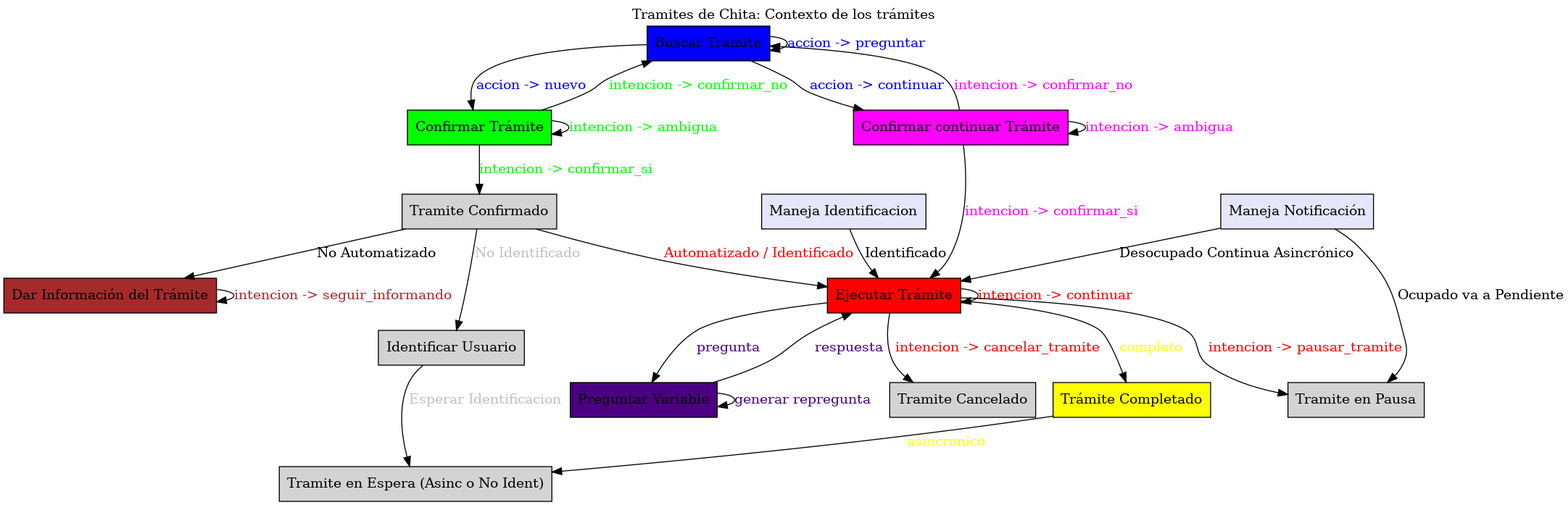
Earlier version of the Graphviz export fasesllm.png (vaucheret/cheetha). Its source is kept beside it as fasesllm.dot.
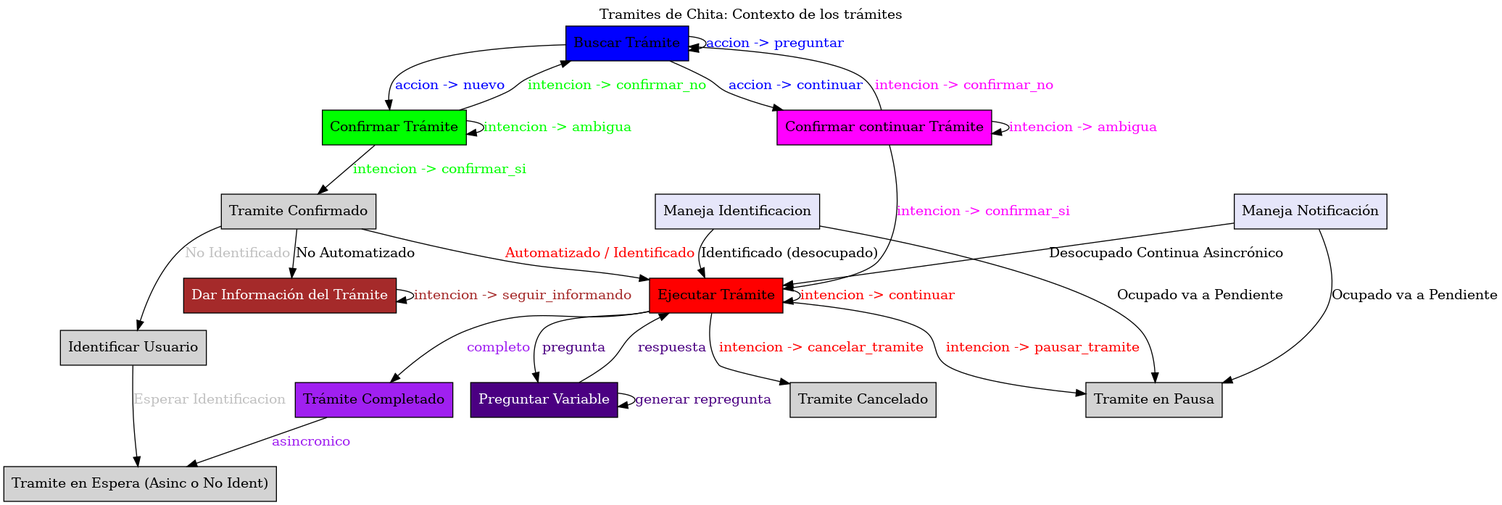
After the change.

Diff of the diagram source:
```diff
@@ -9,9 +9,9 @@
     confirmar_continuar_tramite [label="Confirmar continuar Trámite" shape=box fillcolor=magenta];
     confirmar_tramite [label="Confirmar Trámite" shape=box fillcolor=green];
     ejecutar_tramite [label="Ejecutar Trámite" shape=box fillcolor=red];
-    informar_tramite [label="Dar Información del Trámite" shape=box fillcolor=brown];
-    tramite_completado [label="Trámite Completado" shape=box fillcolor=yellow ];
-    preguntar_variable [label="Preguntar Variable" shape=box fillcolor=indigo];
+    informar_tramite [label="Dar Información del Trámite" shape=box fillcolor=brown,fontcolor=white];
+    tramite_completado [label="Trámite Completado" shape=box fillcolor=purple ];
+    preguntar_variable [label="Preguntar Variable" shape=box fillcolor=indigo,fontcolor=white];
     tramite_confirmado [label="Tramite Confirmado" shape=box];
     identificar_usuario [label="Identificar Usuario" shape=box];
     en_pausa [label="Tramite en Pausa" shape=box ];
@@ -43,16 +43,15 @@
     ejecutar_tramite -> en_pausa [label="intencion -> pausar_tramite" fontcolor=red];
     ejecutar_tramite -> cancelado [label="intencion -> cancelar_tramite" fontcolor=red];
     ejecutar_tramite -> ejecutar_tramite [label="intencion -> continuar" fontcolor=red];
-    ejecutar_tramite -> tramite_completado [label="completo" fontcolor=yellow];
+    ejecutar_tramite -> tramite_completado [label="completo" fontcolor=purple];
     ejecutar_tramite -> preguntar_variable [label="pregunta" fontcolor=indigo ];
     preguntar_variable -> preguntar_variable [label="generar repregunta" fontcolor=indigo];
     preguntar_variable -> ejecutar_tramite [label="respuesta" fontcolor=indigo];
 
-    tramite_completado -> en_espera [label="asincronico" fontcolor=yellow] ;
+    tramite_completado -> en_espera [label="asincronico" fontcolor=purple] ;
 
-    handler_identificacion -> ejecutar_tramite [label="Identificado" fontcolor=black] ;
+    handler_identificacion -> ejecutar_tramite [label="Identificado (desocupado)" fontcolor=black] ;
+    handler_identificacion -> en_pausa [label="Ocupado va a Pendiente" fontcolor=black];
     handler_notificacion -> ejecutar_tramite [label="Desocupado Continua Asincrónico" fontcolor=black];
-        handler_notificacion -> en_pausa [label="Ocupado va a Pendiente" fontcolor=black];
-
-
+    handler_notificacion -> en_pausa [label="Ocupado va a Pendiente" fontcolor=black];
 }
```
